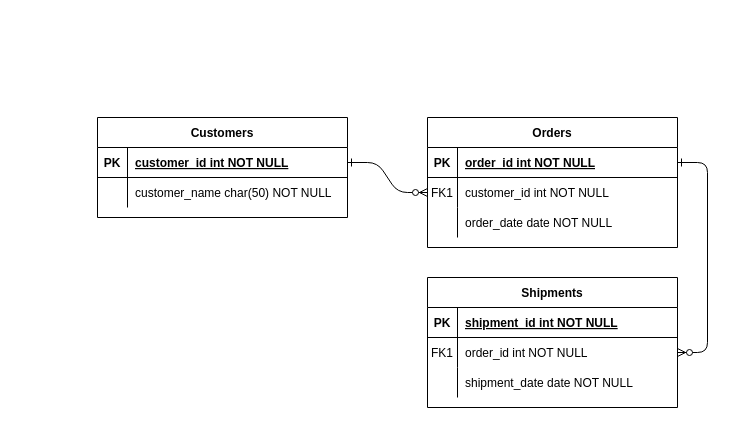
The draw.io diagram Ryss_lms_register.drawio in abhirock74/draw.io, before the edit. Source tidied: cells renumbered, new cells numbered last; positions are measured from the earlier drawing's top-left corner, leaving out a move shared by most shapes. Both pictures are drawn from the tidied source at 100%, with x=0, y=0 at pixel (97, 117).
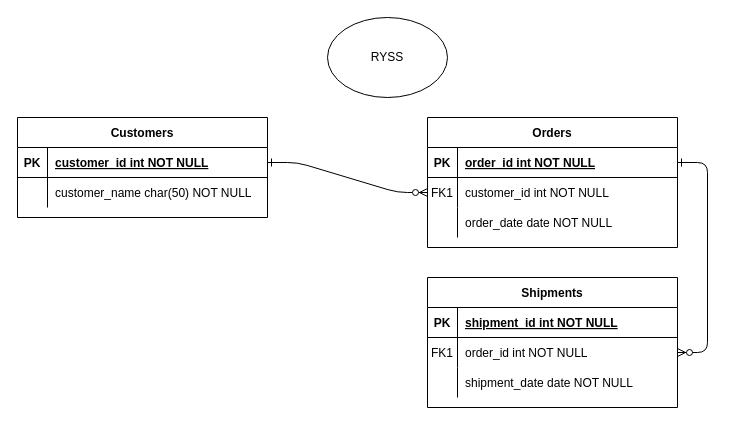
The same page after the edit.

Change to the diagram source:
```diff
@@
     <mxCell id="24" value="Customers" style="shape=table;startSize=30;childLayout=tableLayout;rowLines=0;fontStyle=1;align=center;" parent="1" vertex="1">
-      <mxGeometry width="250" height="100" as="geometry" />
+      <mxGeometry x="-80" width="250" height="100" as="geometry" />
     </mxCell>
@@
+    <mxCell id="31" value="RYSS" style="ellipse;whiteSpace=wrap;html=1;" parent="1" vertex="1">
+      <mxGeometry x="230" y="-100" width="120" height="80" as="geometry" />
+    </mxCell>
```
